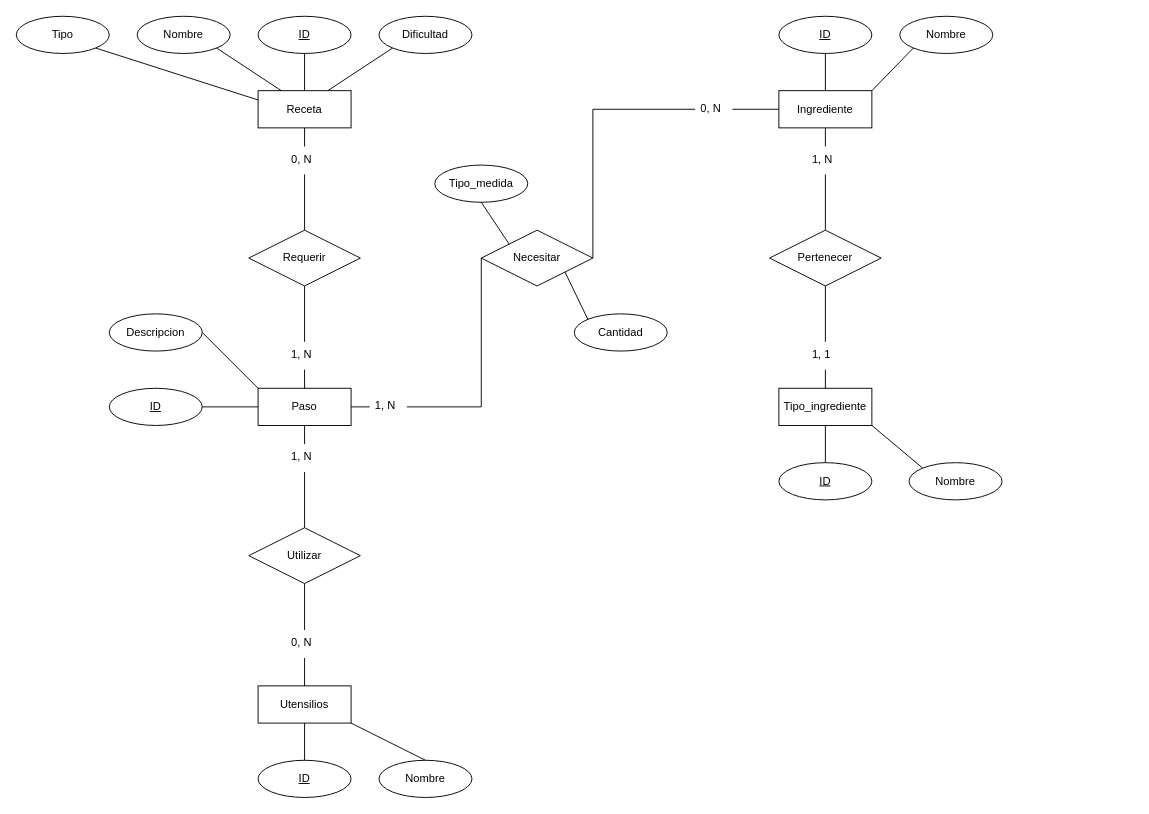
jordimall/jmg-tsys-ta12diagramasER-drawio-111023 keeps this draw.io diagram as Diagramas/Actividad_09_C3_UD12.drawio. Above is the earlier version. Source tidied: cells renumbered, new cells numbered last; positions are measured from the earlier drawing's top-left corner, leaving out a move shared by most shapes. Both pictures are drawn from the tidied source at 93%, with x=0, y=0 at pixel (16, 16).
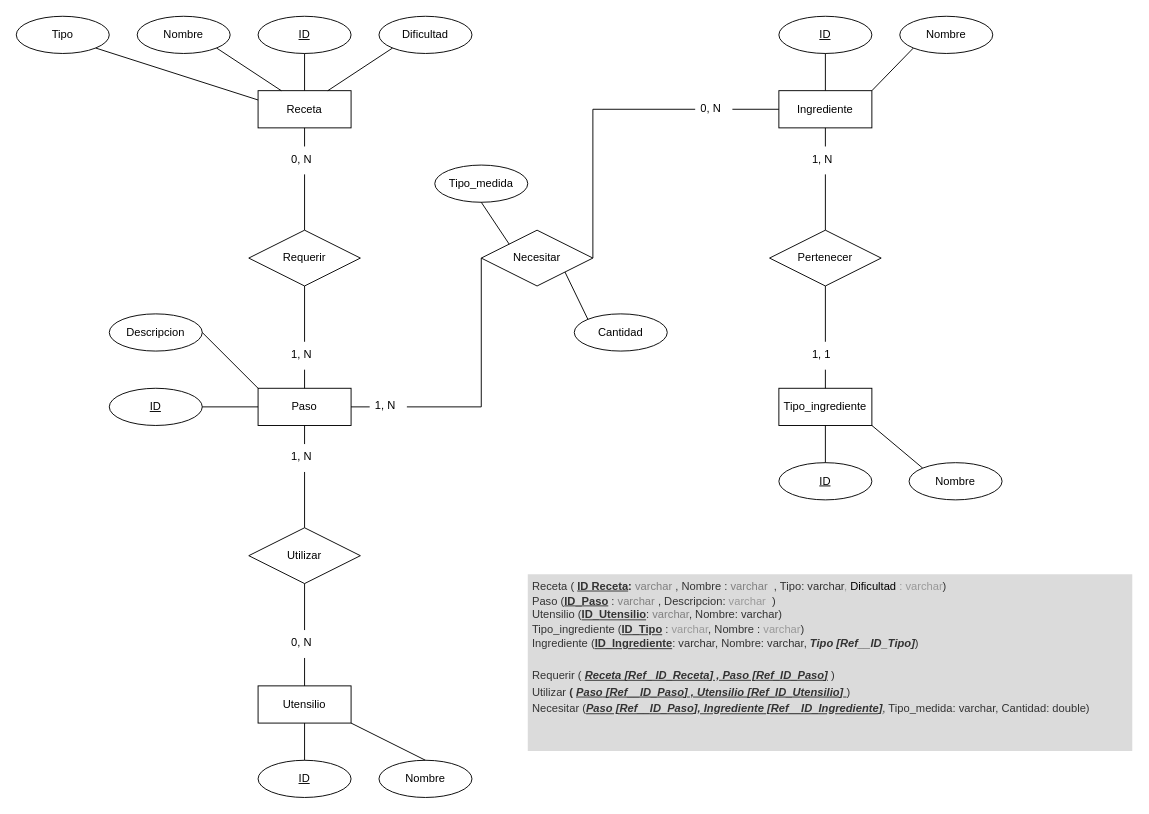
After the change.

Commit message:
Modelo relacional Actividad_09_C3_UD12.drawio

The edit, as a diff of the source:
```diff
@@
-    <mxCell id="39" value="Utensilios" style="whiteSpace=wrap;html=1;align=center;" parent="1" vertex="1">
+    <mxCell id="39" value="Utensilio" style="whiteSpace=wrap;html=1;align=center;" parent="1" vertex="1">
       <mxGeometry x="260" y="720" width="100" height="40" as="geometry" />
     </mxCell>
@@
+    <mxCell id="63" value="&lt;h1 style=&quot;line-height: 150%;&quot;&gt;&lt;div style=&quot;border-color: var(--border-color); font-size: 12px; line-height: 130%;&quot;&gt;&lt;font style=&quot;border-color: var(--border-color);&quot;&gt;&lt;span style=&quot;border-color: var(--border-color);&quot;&gt;&lt;span style=&quot;border-color: var(--border-color);&quot;&gt;&lt;span style=&quot;font-weight: 400;&quot;&gt;Receta ( &lt;/span&gt;&lt;u style=&quot;&quot;&gt;ID Receta&lt;/u&gt;&lt;/span&gt;&lt;span style=&quot;border-color: var(--border-color);&quot;&gt;:&lt;/span&gt;&lt;font style=&quot;font-weight: 400; border-color: var(--border-color);&quot; color=&quot;#808080&quot;&gt;&amp;nbsp;varchar&lt;/font&gt;&lt;span style=&quot;font-weight: 400;&quot;&gt;&amp;nbsp;, Nombre : &lt;font color=&quot;#808080&quot;&gt;varchar&lt;/font&gt;&lt;/span&gt;&lt;span style=&quot;font-weight: 400;&quot;&gt;&amp;nbsp; , Tipo: varchar&lt;/span&gt;&lt;font style=&quot;font-weight: 400;&quot; color=&quot;#999999&quot;&gt;, &lt;/font&gt;&lt;font color=&quot;#000000&quot; style=&quot;font-weight: 400;&quot;&gt;Dificultad&lt;/font&gt;&lt;font style=&quot;font-weight: 400;&quot; color=&quot;#999999&quot;&gt;&amp;nbsp;: varchar&lt;/font&gt;&lt;span style=&quot;font-weight: 400;&quot;&gt;)&lt;/span&gt;&lt;br&gt;&lt;/span&gt;&lt;/font&gt;&lt;/div&gt;&lt;div style=&quot;border-color: var(--border-color); font-size: 12px; line-height: 130%;&quot;&gt;&lt;font style=&quot;border-color: var(--border-color);&quot;&gt;&lt;span style=&quot;border-color: var(--border-color);&quot;&gt;&lt;span style=&quot;border-color: var(--border-color);&quot;&gt;&lt;span style=&quot;font-weight: 400;&quot;&gt;Paso (&lt;/span&gt;&lt;u&gt;ID_Paso&lt;/u&gt;&lt;/span&gt;&lt;span style=&quot;font-weight: 400; border-color: var(--border-color);&quot;&gt;&amp;nbsp;&lt;/span&gt;&lt;span style=&quot;font-weight: 400; border-color: var(--border-color);&quot;&gt;: &lt;font color=&quot;#808080&quot;&gt;varchar&lt;/font&gt;&lt;/span&gt;&lt;span style=&quot;font-weight: 400; border-color: var(--border-color);&quot;&gt;&amp;nbsp;, Descripcion: &lt;font color=&quot;#999999&quot;&gt;varchar&lt;/font&gt;&amp;nbsp;&amp;nbsp;&lt;/span&gt;&lt;span style=&quot;border-color: var(--border-color);&quot;&gt;&lt;span style=&quot;font-weight: 400;&quot;&gt;)&amp;nbsp;&lt;/span&gt;&lt;/span&gt;&lt;/span&gt;&lt;/font&gt;&lt;/div&gt;&lt;div style=&quot;border-color: var(--border-color); font-size: 12px; line-height: 130%;&quot;&gt;&lt;font style=&quot;border-color: var(--border-color);&quot;&gt;&lt;span style=&quot;border-color: var(--border-color);&quot;&gt;&lt;span style=&quot;font-weight: 400;&quot;&gt;Utensilio (&lt;/span&gt;&lt;u&gt;ID_Utensilio&lt;/u&gt;&lt;/span&gt;&lt;span style=&quot;font-weight: 400;&quot;&gt;: &lt;font color=&quot;#808080&quot;&gt;varchar&lt;/font&gt;&lt;/span&gt;&lt;b style=&quot;font-weight: 400; border-color: var(--border-color);&quot;&gt;,&lt;/b&gt;&lt;span style=&quot;font-weight: 400;&quot;&gt;&amp;nbsp;Nombre: varchar&lt;/span&gt;&lt;span style=&quot;font-weight: 400;&quot;&gt;)&amp;nbsp;&lt;/span&gt;&lt;/font&gt;&lt;/div&gt;&lt;div style=&quot;border-color: var(--border-color); font-size: 12px; line-height: 130%;&quot;&gt;&lt;span style=&quot;background-color: initial; font-weight: 400; border-color: var(--border-color);&quot;&gt;Tipo_ingrediente (&lt;/span&gt;&lt;span style=&quot;background-color: initial; border-color: var(--border-color);&quot;&gt;&lt;u&gt;ID_Tipo&lt;/u&gt;&lt;/span&gt;&lt;span style=&quot;background-color: initial; font-weight: 400; border-color: var(--border-color);&quot;&gt;&amp;nbsp;:&lt;font color=&quot;#999999&quot;&gt;&amp;nbsp;varchar&lt;/font&gt;, Nombre :&lt;font color=&quot;#999999&quot;&gt;&amp;nbsp;varchar&lt;/font&gt;&lt;/span&gt;&lt;span style=&quot;background-color: initial;&quot;&gt;&lt;span style=&quot;font-weight: 400;&quot;&gt;)&lt;/span&gt;&lt;i style=&quot;&quot;&gt;&lt;font style=&quot;&quot; color=&quot;#000000&quot;&gt;&amp;nbsp;&lt;/font&gt;&lt;/i&gt;&lt;/span&gt;&lt;br&gt;&lt;/div&gt;&lt;div style=&quot;border-color: var(--border-color); font-size: 12px; line-height: 130%;&quot;&gt;&lt;span style=&quot;background-color: initial; font-weight: 400;&quot;&gt;Ingrediente (&lt;/span&gt;&lt;span style=&quot;background-color: initial;&quot;&gt;&lt;u&gt;ID_Ingrediente&lt;/u&gt;&lt;/span&gt;&lt;span style=&quot;background-color: initial; font-weight: 400;&quot;&gt;: varchar, Nombre: varchar, &lt;/span&gt;&lt;span style=&quot;background-color: initial;&quot;&gt;&lt;i&gt;Tipo [Ref__ID_Tipo]&lt;/i&gt;&lt;/span&gt;&lt;span style=&quot;background-color: initial; font-weight: 400;&quot;&gt;)&lt;/span&gt;&lt;/div&gt;&lt;div style=&quot;border-color: var(--border-color); font-size: 12px; line-height: 130%;&quot;&gt;&lt;span style=&quot;background-color: initial; font-weight: 400;&quot;&gt;&lt;br&gt;&lt;/span&gt;&lt;/div&gt;&lt;div style=&quot;border-color: var(--border-color); font-weight: 400; font-size: 12px; line-height: 150%;&quot;&gt;&lt;/div&gt;&lt;span style=&quot;border-color: var(--border-color); font-size: 12px;&quot;&gt;&lt;div style=&quot;border-color: var(--border-color); line-height: 150%;&quot;&gt;&lt;font style=&quot;border-color: var(--border-color);&quot;&gt;&lt;b style=&quot;font-style: normal; font-weight: 400; border-color: var(--border-color);&quot;&gt;Requerir (&lt;/b&gt;&lt;b style=&quot;font-style: normal; font-weight: 400; border-color: var(--border-color);&quot;&gt;&amp;nbsp;&lt;/b&gt;&lt;span style=&quot;border-color: var(--border-color);&quot;&gt;&lt;i&gt;&lt;u&gt;Receta&amp;nbsp;&lt;/u&gt;&lt;/i&gt;&lt;/span&gt;&lt;/font&gt;&lt;span style=&quot;font-weight: 400; background-color: initial; border-color: var(--border-color);&quot;&gt;&lt;b style=&quot;border-color: var(--border-color);&quot;&gt;&lt;u style=&quot;&quot;&gt;&lt;i&gt;[Ref_ ID_Receta] , Paso [Ref_ID_Paso]&lt;/i&gt;&lt;/u&gt;&lt;/b&gt;&lt;/span&gt;&lt;span style=&quot;font-weight: 400; background-color: initial;&quot;&gt;&lt;i&gt;&amp;nbsp;&lt;/i&gt;&lt;/span&gt;&lt;span style=&quot;font-style: normal; font-weight: 400; background-color: initial;&quot;&gt;)&lt;/span&gt;&lt;/div&gt;&lt;div style=&quot;border-color: var(--border-color); line-height: 150%;&quot;&gt;&lt;span style=&quot;font-style: normal;&quot;&gt;&lt;span style=&quot;font-weight: normal;&quot;&gt;Utilizar&amp;nbsp;&lt;/span&gt;( &lt;/span&gt;&lt;i&gt;&lt;u&gt;Paso&lt;/u&gt;&lt;/i&gt;&lt;span style=&quot;background-color: initial; font-weight: normal; border-color: var(--border-color);&quot;&gt;&lt;span style=&quot;border-color: var(--border-color); background-color: initial;&quot;&gt;&lt;b style=&quot;border-color: var(--border-color);&quot;&gt;&lt;i&gt;&lt;u&gt;&amp;nbsp;&lt;/u&gt;&lt;/i&gt;&lt;/b&gt;&lt;i&gt;&lt;b style=&quot;text-decoration-line: underline; border-color: var(--border-color);&quot;&gt;[Ref__ID_Paso] , &lt;/b&gt;&lt;b style=&quot;text-decoration-line: underline; border-color: var(--border-color);&quot;&gt;Utensilio &lt;/b&gt;&lt;b style=&quot;text-decoration-line: underline; border-color: var(--border-color);&quot;&gt;[Ref_ID_Utensilio]&lt;/b&gt;&lt;/i&gt;&lt;/span&gt;&lt;span style=&quot;text-decoration-line: underline; font-style: normal; border-color: var(--border-color); background-color: initial;&quot;&gt;&amp;nbsp;&lt;/span&gt;&lt;/span&gt;&lt;span style=&quot;font-style: normal; background-color: initial; font-weight: normal;&quot;&gt;)&amp;nbsp;&lt;/span&gt;&lt;/div&gt;&lt;div style=&quot;border-color: var(--border-color); line-height: 150%;&quot;&gt;&lt;span style=&quot;font-style: normal; background-color: initial; font-weight: normal;&quot;&gt;Necesitar (&lt;/span&gt;&lt;span style=&quot;background-color: initial;&quot;&gt;&lt;i&gt;&lt;u&gt;Paso [Ref__ID_Paso], Ingrediente [Ref__ID_Ingrediente]&lt;/u&gt;&lt;/i&gt;&lt;/span&gt;&lt;span style=&quot;font-style: normal; background-color: initial; font-weight: normal;&quot;&gt;, Tipo_medida: varchar, Cantidad: double)&lt;/span&gt;&lt;/div&gt;&lt;/span&gt;&lt;/h1&gt;" style="text;html=1;strokeColor=none;fillColor=#dbdbdb;spacing=5;spacingTop=-20;whiteSpace=wrap;overflow=hidden;rounded=0;fontColor=#333333;" parent="1" vertex="1">
+      <mxGeometry x="550" y="600" width="650" height="190" as="geometry" />
+    </mxCell>
```
